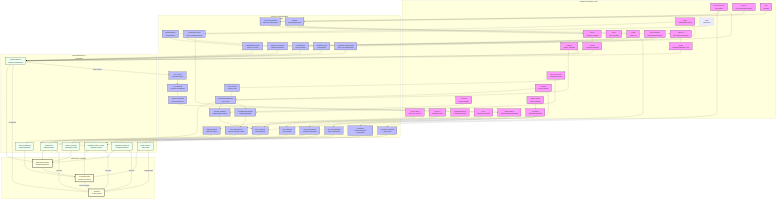
The Mermaid diagram docs/figures/scoliosis_mechanism_map.png in sayuj1989-ops/life, before a commit. Its source is kept beside it as docs/figures/scoliosis_mechanism_map.mmd.
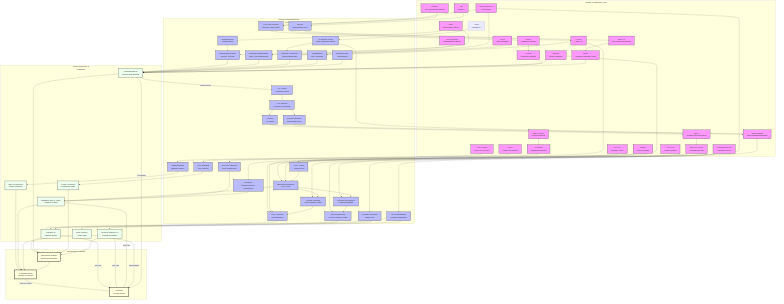
The same diagram one commit later.

Commit message:
weekly-map: add Hypoxia-Clock Block arc (#605)

The edit, as a diff of the source:
```diff
@@ -23,6 +23,7 @@
         AQP4[AQP4<br/>Aquaporin-4]
         MELATONIN[MELATONIN<br/>Pineal Hormone]
         MT2[MTNR1B<br/>Melatonin Receptor]
+        HIF1A[HIF1A<br/>Hypoxia Inducible Factor]
     end
 
     subgraph Processes [Cellular & Developmental Processes]
@@ -50,6 +51,7 @@
         Vestibular_Input[Vestibular Input<br/>Graviception]
         Gi_cAMP[Gi/cAMP Signaling<br/>Gain Suppression]
         Ciliary_Tuning[Ciliary Tuning<br/>Antenna Gain]
+        Hypoxia[Hypoxia<br/>O2 Deficit]
     end
 
     subgraph Tissue [Tissue Mechanics & Properties]
@@ -172,7 +174,11 @@
     Muscle_Tone -- "Pump Failure" --> VCL_Stasis
     VCL_Stasis --> Hydraulic_Congestion
 
-    class HOX,COL,PIEZO1,PIEZO2,CILIA,LBX1,ADGRG6,PTK7,YAP,PKD2L1,MMP,URP,UTS2R,GFAP,VIM,LAMIN,BMAL1,RUNX3,METTL3,ESR1,MELATONIN,MT2 gene;
-    class Region,ECM_Assembly,Mech_Trans,Sym_Break,Neur_Diff,Muscle_Diff,Disc_Maint,PCP_Sig,Nucl_Shuttle,CSF_Sensing,Degradation,Astrogliosis,mtROS,Adipogenesis,Hydraulic_Congestion,Immune_Infilt,Circadian_Entrain,Proprio_Maint,H3K9me3,VCL_Stasis,Glymphatic_Stasis,Vestibular_Input,Gi_cAMP,Ciliary_Tuning process;
+    Hydraulic_Congestion --> Hypoxia
+    Hypoxia --> HIF1A
+    HIF1A --> BMAL1
+
+    class HOX,COL,PIEZO1,PIEZO2,CILIA,LBX1,ADGRG6,PTK7,YAP,PKD2L1,MMP,URP,UTS2R,GFAP,VIM,LAMIN,BMAL1,RUNX3,METTL3,ESR1,MELATONIN,MT2,HIF1A gene;
+    class Region,ECM_Assembly,Mech_Trans,Sym_Break,Neur_Diff,Muscle_Diff,Disc_Maint,PCP_Sig,Nucl_Shuttle,CSF_Sensing,Degradation,Astrogliosis,mtROS,Adipogenesis,Hydraulic_Congestion,Immune_Infilt,Circadian_Entrain,Proprio_Maint,H3K9me3,VCL_Stasis,Glymphatic_Stasis,Vestibular_Input,Gi_cAMP,Ciliary_Tuning,Hypoxia process;
     class Rest_Kappa,Stiffness,Torsional_Stiffness,Gain,Torsion,Muscle_Tone,Anisotropy tissue;
     class S_Curve,Stability,Scoliosis outcome;
```
